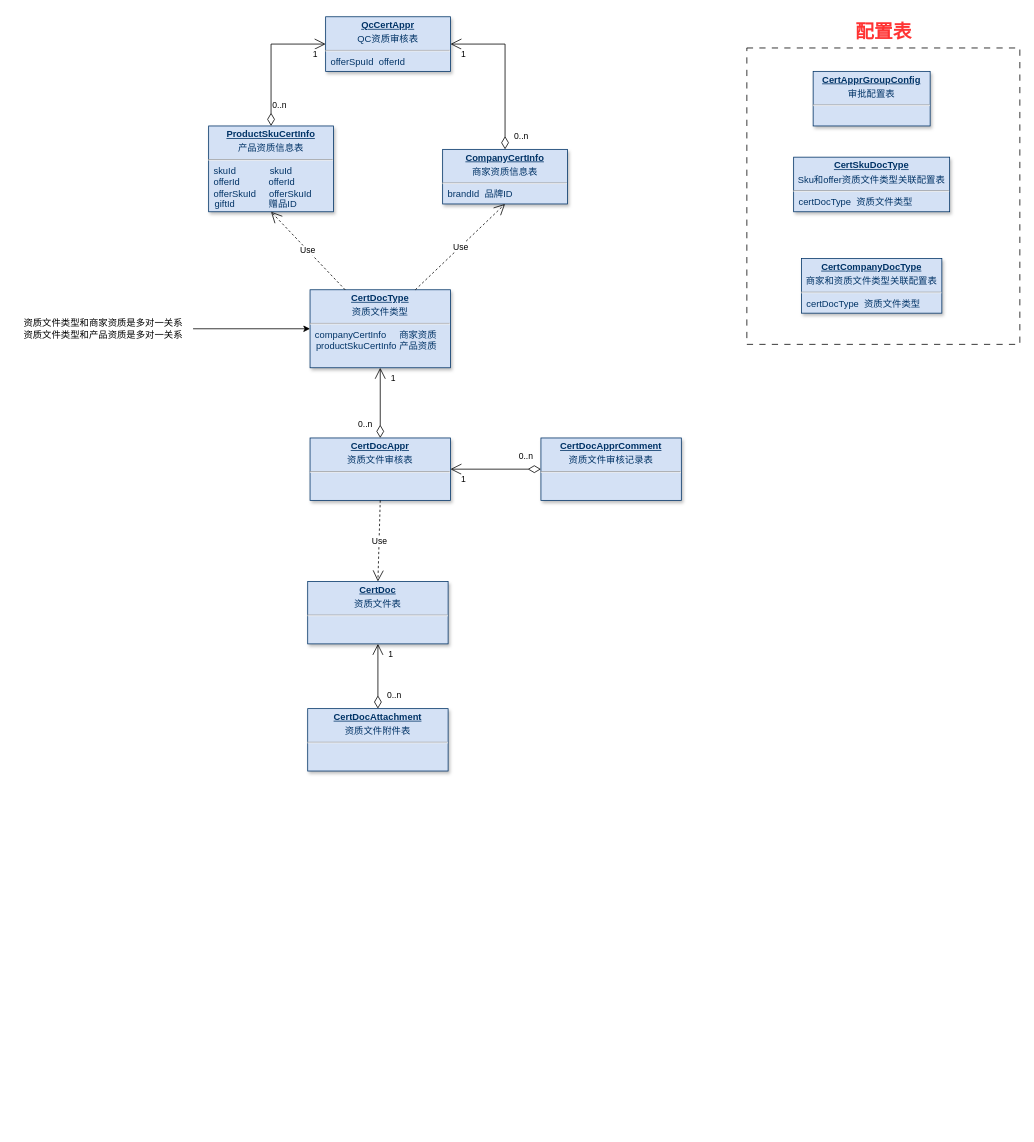
Before: page "QC资质审批" (5 of 23) of 美one.drawio in rockywade/draw, a draw.io diagram. Source tidied: cells renumbered, new cells numbered last; positions are measured from the earlier drawing's top-left corner, leaving out a move shared by most shapes. Both pictures are drawn from the tidied source at 78%, with x=0, y=0 at pixel (13, 16).
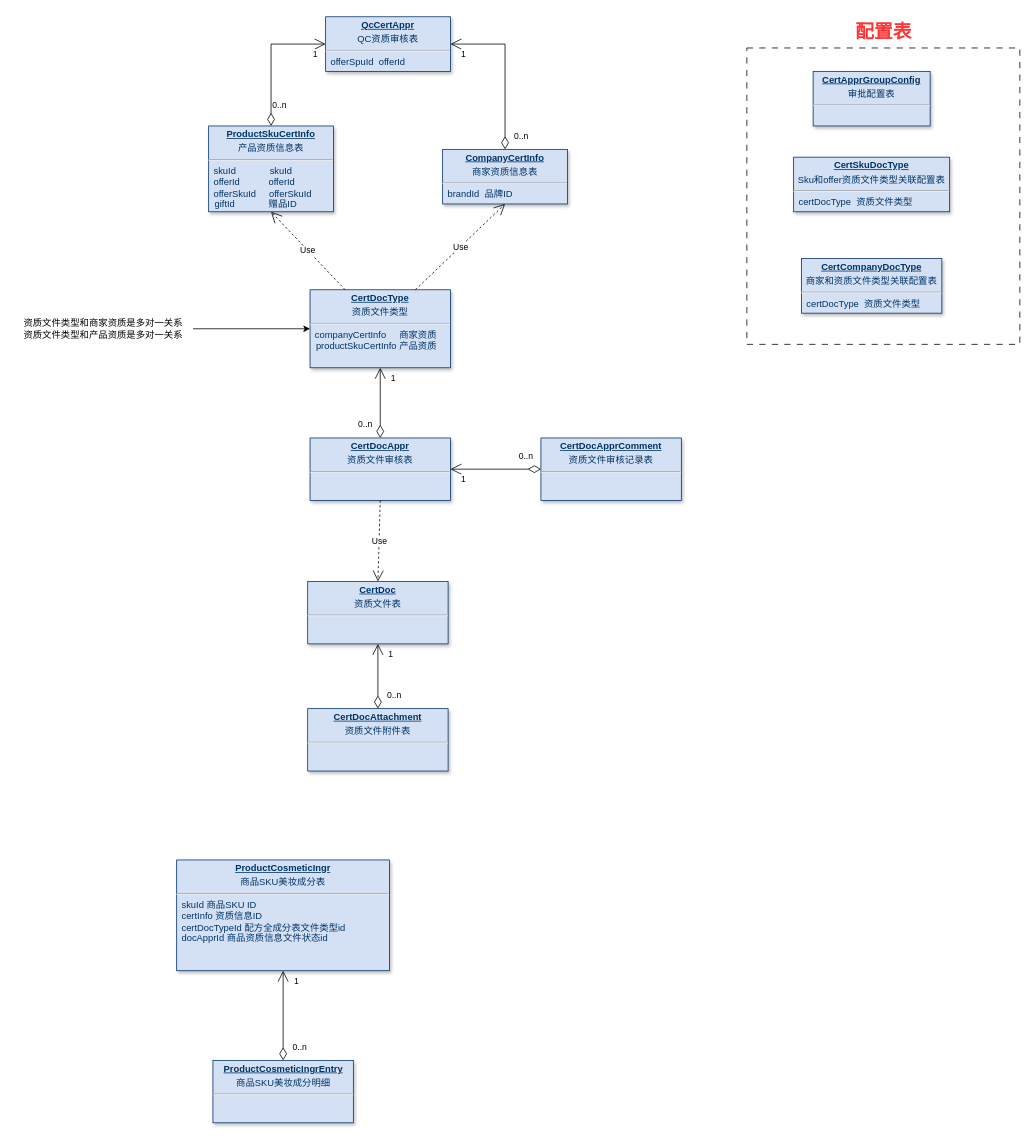
Above is the later version.

The edit, as a diff of the source:
```diff
@@
+    <mxCell id="35" value="&lt;p style=&quot;margin: 4px 0px 0px; text-align: center;&quot;&gt;&lt;span style=&quot;background-color: transparent; text-align: left;&quot;&gt;&lt;b&gt;&lt;u&gt;ProductCosmeticIngr&lt;/u&gt;&lt;/b&gt;&lt;/span&gt;&lt;br&gt;&lt;/p&gt;&lt;p style=&quot;margin: 4px 0px 0px; text-align: center;&quot;&gt;商品SKU美妆成分表&lt;br&gt;&lt;/p&gt;&lt;hr&gt;&amp;nbsp; skuId 商品SKU ID&amp;nbsp;&lt;div&gt;&amp;nbsp; certInfo 资质信息ID&amp;nbsp;&amp;nbsp;&lt;br&gt;&amp;nbsp; certDocTypeId&amp;nbsp;配方全成分表文件类型id&amp;nbsp;&amp;nbsp;&lt;/div&gt;&lt;div&gt;&amp;nbsp; docApprId&amp;nbsp;商品资质信息文件状态id&lt;/div&gt;&lt;div&gt;&lt;br&gt;&lt;br&gt;&lt;div&gt;&lt;br&gt;&lt;div&gt;&lt;br&gt;&lt;div&gt;&lt;br&gt;&lt;/div&gt;&lt;/div&gt;&lt;/div&gt;&lt;/div&gt;" style="verticalAlign=top;align=left;overflow=fill;fontSize=12;fontFamily=Helvetica;html=1;strokeColor=#003366;shadow=1;fillColor=#D4E1F5;fontColor=#003366;" parent="1" vertex="1">
+      <mxGeometry x="209" y="1081" width="273" height="142" as="geometry" />
+    </mxCell>
+    <mxCell id="36" value="&lt;p style=&quot;margin: 4px 0px 0px; text-align: center;&quot;&gt;&lt;span style=&quot;background-color: transparent; text-align: left;&quot;&gt;&lt;b&gt;&lt;u&gt;ProductCosmeticIngrEntry&lt;/u&gt;&lt;/b&gt;&lt;/span&gt;&lt;br&gt;&lt;/p&gt;&lt;p style=&quot;margin: 4px 0px 0px; text-align: center;&quot;&gt;商品SKU美妆成分明细&lt;br&gt;&lt;/p&gt;&lt;hr&gt;&amp;nbsp;&amp;nbsp;" style="verticalAlign=top;align=left;overflow=fill;fontSize=12;fontFamily=Helvetica;html=1;strokeColor=#003366;shadow=1;fillColor=#D4E1F5;fontColor=#003366;" parent="1" vertex="1">
+      <mxGeometry x="255.5" y="1338" width="180" height="80" as="geometry" />
+    </mxCell>
+    <mxCell id="37" style="endArrow=open;html=1;endSize=12;startArrow=diamondThin;startSize=14;startFill=0;edgeStyle=orthogonalEdgeStyle;rounded=0;exitX=0.5;exitY=0;exitDx=0;exitDy=0;" parent="1" edge="1" source="36" target="35">
+      <mxGeometry relative="1" as="geometry" />
+    </mxCell>
+    <mxCell id="38" value="0..n" style="edgeLabel;html=1;align=left;verticalAlign=top;" parent="37" vertex="1">
+      <mxGeometry x="-1" relative="1" as="geometry">
+        <mxPoint x="10" y="-30" as="offset" />
+      </mxGeometry>
+    </mxCell>
+    <mxCell id="39" value="1" style="edgeLabel;html=1;align=right;verticalAlign=top;" parent="37" vertex="1">
+      <mxGeometry x="1" relative="1" as="geometry">
+        <mxPoint x="20" as="offset" />
+      </mxGeometry>
+    </mxCell>
```
